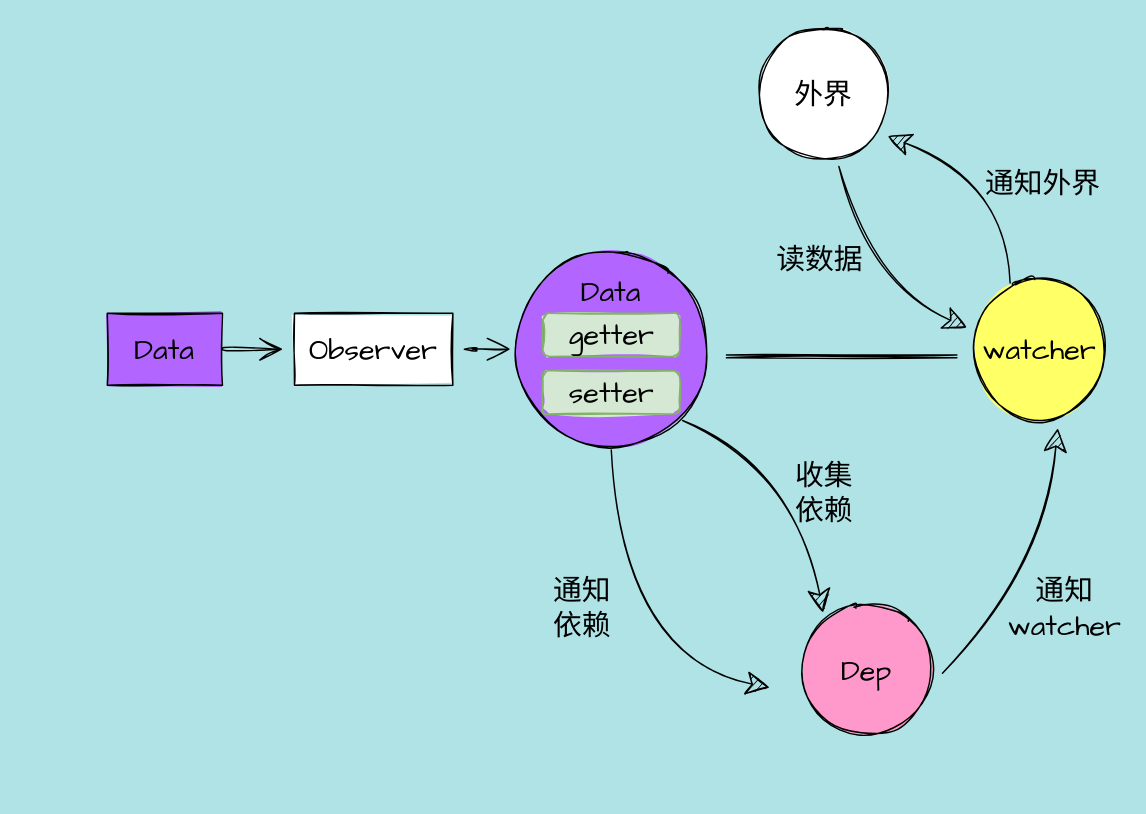
Above: Vue的响应式原理.drawio in qw-null/drawio (draw.io), before the change. Source tidied: cells renumbered, new cells numbered last; positions are measured from the earlier drawing's top-left corner, leaving out a move shared by most shapes. Both pictures are drawn from the tidied source at 144%, with x=0, y=0 at pixel (107, 24).
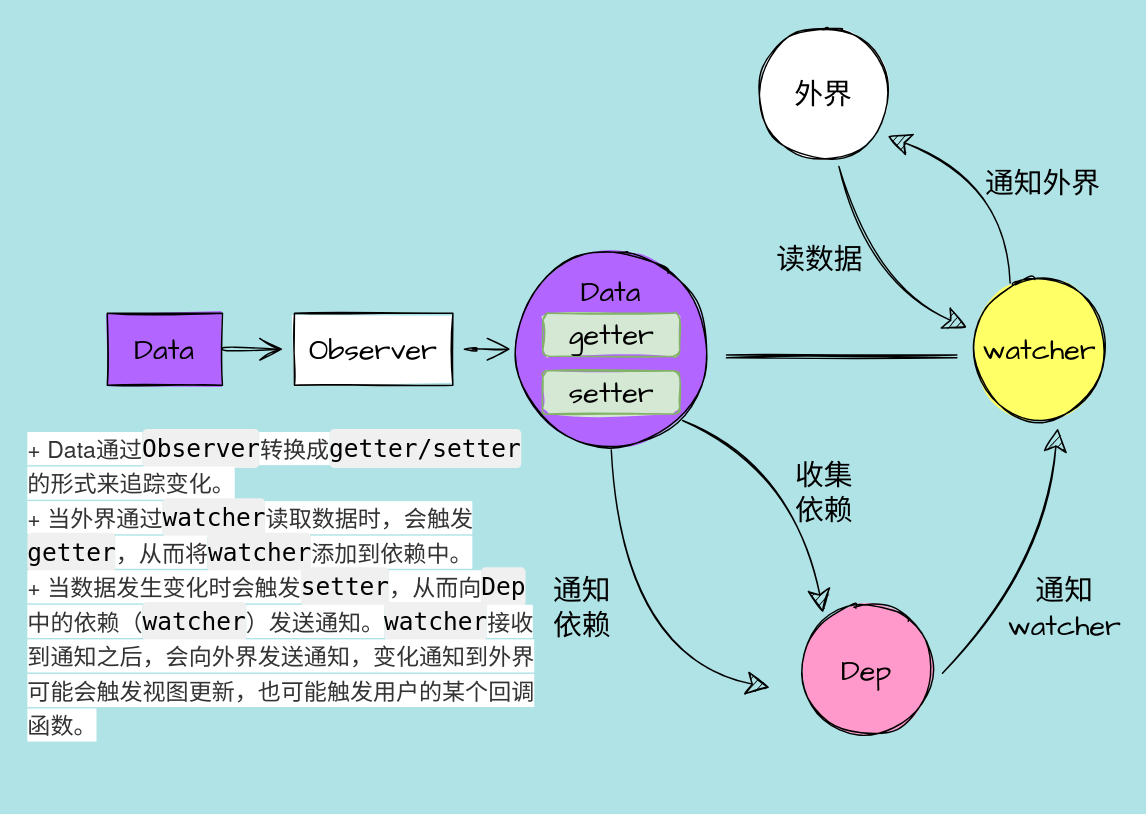
Above is the later version.

Commit message (it also covers changes not shown here):
更新Vue的响应式原理.drawio

Diff of the diagram source:
```diff
@@
+    <mxCell id="24" value="&lt;span style=&quot;color: rgb(51, 51, 51); font-family: &amp;quot;Helvetica Neue&amp;quot;, Helvetica, &amp;quot;Segoe UI&amp;quot;, Arial, freesans, sans-serif; font-size: 16px; background-color: rgb(255, 255, 255);&quot;&gt;+ Data通过&lt;/span&gt;&lt;code style=&quot;font-family: Menlo, Monaco, Consolas, &amp;quot;Courier New&amp;quot;, monospace; background-color: rgb(240, 240, 240); border-radius: 3px; padding: 0.2em 0px; font-size: 0.85em !important;&quot;&gt;Observer&lt;/code&gt;&lt;span style=&quot;color: rgb(51, 51, 51); font-family: &amp;quot;Helvetica Neue&amp;quot;, Helvetica, &amp;quot;Segoe UI&amp;quot;, Arial, freesans, sans-serif; font-size: 16px; background-color: rgb(255, 255, 255);&quot;&gt;转换成&lt;/span&gt;&lt;code style=&quot;font-family: Menlo, Monaco, Consolas, &amp;quot;Courier New&amp;quot;, monospace; background-color: rgb(240, 240, 240); border-radius: 3px; padding: 0.2em 0px; font-size: 0.85em !important;&quot;&gt;getter/setter&lt;/code&gt;&lt;span style=&quot;color: rgb(51, 51, 51); font-family: &amp;quot;Helvetica Neue&amp;quot;, Helvetica, &amp;quot;Segoe UI&amp;quot;, Arial, freesans, sans-serif; font-size: 16px; background-color: rgb(255, 255, 255);&quot;&gt;的形式来追踪变化。&lt;/span&gt;&lt;br style=&quot;color: rgb(51, 51, 51); font-family: &amp;quot;Helvetica Neue&amp;quot;, Helvetica, &amp;quot;Segoe UI&amp;quot;, Arial, freesans, sans-serif; font-size: 16px; background-color: rgb(255, 255, 255);&quot;&gt;&lt;span style=&quot;color: rgb(51, 51, 51); font-family: &amp;quot;Helvetica Neue&amp;quot;, Helvetica, &amp;quot;Segoe UI&amp;quot;, Arial, freesans, sans-serif; font-size: 16px; background-color: rgb(255, 255, 255);&quot;&gt;+ 当外界通过&lt;/span&gt;&lt;code style=&quot;font-family: Menlo, Monaco, Consolas, &amp;quot;Courier New&amp;quot;, monospace; background-color: rgb(240, 240, 240); border-radius: 3px; padding: 0.2em 0px; font-size: 0.85em !important;&quot;&gt;watcher&lt;/code&gt;&lt;span style=&quot;color: rgb(51, 51, 51); font-family: &amp;quot;Helvetica Neue&amp;quot;, Helvetica, &amp;quot;Segoe UI&amp;quot;, Arial, freesans, sans-serif; font-size: 16px; background-color: rgb(255, 255, 255);&quot;&gt;读取数据时，会触发&lt;/span&gt;&lt;code style=&quot;font-family: Menlo, Monaco, Consolas, &amp;quot;Courier New&amp;quot;, monospace; background-color: rgb(240, 240, 240); border-radius: 3px; padding: 0.2em 0px; font-size: 0.85em !important;&quot;&gt;getter&lt;/code&gt;&lt;span style=&quot;color: rgb(51, 51, 51); font-family: &amp;quot;Helvetica Neue&amp;quot;, Helvetica, &amp;quot;Segoe UI&amp;quot;, Arial, freesans, sans-serif; font-size: 16px; background-color: rgb(255, 255, 255);&quot;&gt;，从而将&lt;/span&gt;&lt;code style=&quot;font-family: Menlo, Monaco, Consolas, &amp;quot;Courier New&amp;quot;, monospace; background-color: rgb(240, 240, 240); border-radius: 3px; padding: 0.2em 0px; font-size: 0.85em !important;&quot;&gt;watcher&lt;/code&gt;&lt;span style=&quot;color: rgb(51, 51, 51); font-family: &amp;quot;Helvetica Neue&amp;quot;, Helvetica, &amp;quot;Segoe UI&amp;quot;, Arial, freesans, sans-serif; font-size: 16px; background-color: rgb(255, 255, 255);&quot;&gt;添加到依赖中。&lt;/span&gt;&lt;br style=&quot;color: rgb(51, 51, 51); font-family: &amp;quot;Helvetica Neue&amp;quot;, Helvetica, &amp;quot;Segoe UI&amp;quot;, Arial, freesans, sans-serif; font-size: 16px; background-color: rgb(255, 255, 255);&quot;&gt;&lt;span style=&quot;color: rgb(51, 51, 51); font-family: &amp;quot;Helvetica Neue&amp;quot;, Helvetica, &amp;quot;Segoe UI&amp;quot;, Arial, freesans, sans-serif; font-size: 16px; background-color: rgb(255, 255, 255);&quot;&gt;+ 当数据发生变化时会触发&lt;/span&gt;&lt;code style=&quot;font-family: Menlo, Monaco, Consolas, &amp;quot;Courier New&amp;quot;, monospace; background-color: rgb(240, 240, 240); border-radius: 3px; padding: 0.2em 0px; font-size: 0.85em !important;&quot;&gt;setter&lt;/code&gt;&lt;span style=&quot;color: rgb(51, 51, 51); font-family: &amp;quot;Helvetica Neue&amp;quot;, Helvetica, &amp;quot;Segoe UI&amp;quot;, Arial, freesans, sans-serif; font-size: 16px; background-color: rgb(255, 255, 255);&quot;&gt;，从而向&lt;/span&gt;&lt;code style=&quot;font-family: Menlo, Monaco, Consolas, &amp;quot;Courier New&amp;quot;, monospace; background-color: rgb(240, 240, 240); border-radius: 3px; padding: 0.2em 0px; font-size: 0.85em !important;&quot;&gt;Dep&lt;/code&gt;&lt;span style=&quot;color: rgb(51, 51, 51); font-family: &amp;quot;Helvetica Neue&amp;quot;, Helvetica, &amp;quot;Segoe UI&amp;quot;, Arial, freesans, sans-serif; font-size: 16px; background-color: rgb(255, 255, 255);&quot;&gt;中的依赖（&lt;/span&gt;&lt;code style=&quot;font-family: Menlo, Monaco, Consolas, &amp;quot;Courier New&amp;quot;, monospace; background-color: rgb(240, 240, 240); border-radius: 3px; padding: 0.2em 0px; font-size: 0.85em !important;&quot;&gt;watcher&lt;/code&gt;&lt;span style=&quot;color: rgb(51, 51, 51); font-family: &amp;quot;Helvetica Neue&amp;quot;, Helvetica, &amp;quot;Segoe UI&amp;quot;, Arial, freesans, sans-serif; font-size: 16px; background-color: rgb(255, 255, 255);&quot;&gt;）发送通知。&lt;/span&gt;&lt;code style=&quot;font-family: Menlo, Monaco, Consolas, &amp;quot;Courier New&amp;quot;, monospace; background-color: rgb(240, 240, 240); border-radius: 3px; padding: 0.2em 0px; font-size: 0.85em !important;&quot;&gt;watcher&lt;/code&gt;&lt;span style=&quot;color: rgb(51, 51, 51); font-family: &amp;quot;Helvetica Neue&amp;quot;, Helvetica, &amp;quot;Segoe UI&amp;quot;, Arial, freesans, sans-serif; font-size: 16px; background-color: rgb(255, 255, 255);&quot;&gt;接收到通知之后，会向外界发送通知，变化通知到外界可能会触发视图更新，也可能触发用户的某个回调函数。&lt;/span&gt;" style="text;html=1;strokeColor=none;fillColor=none;align=left;verticalAlign=middle;whiteSpace=wrap;rounded=0;sketch=1;hachureGap=4;fillStyle=solid;fontFamily=Architects Daughter;fontSize=20;" parent="1" vertex="1">
+      <mxGeometry x="-57.5" y="250" width="360" height="280" as="geometry" />
+    </mxCell>
```
